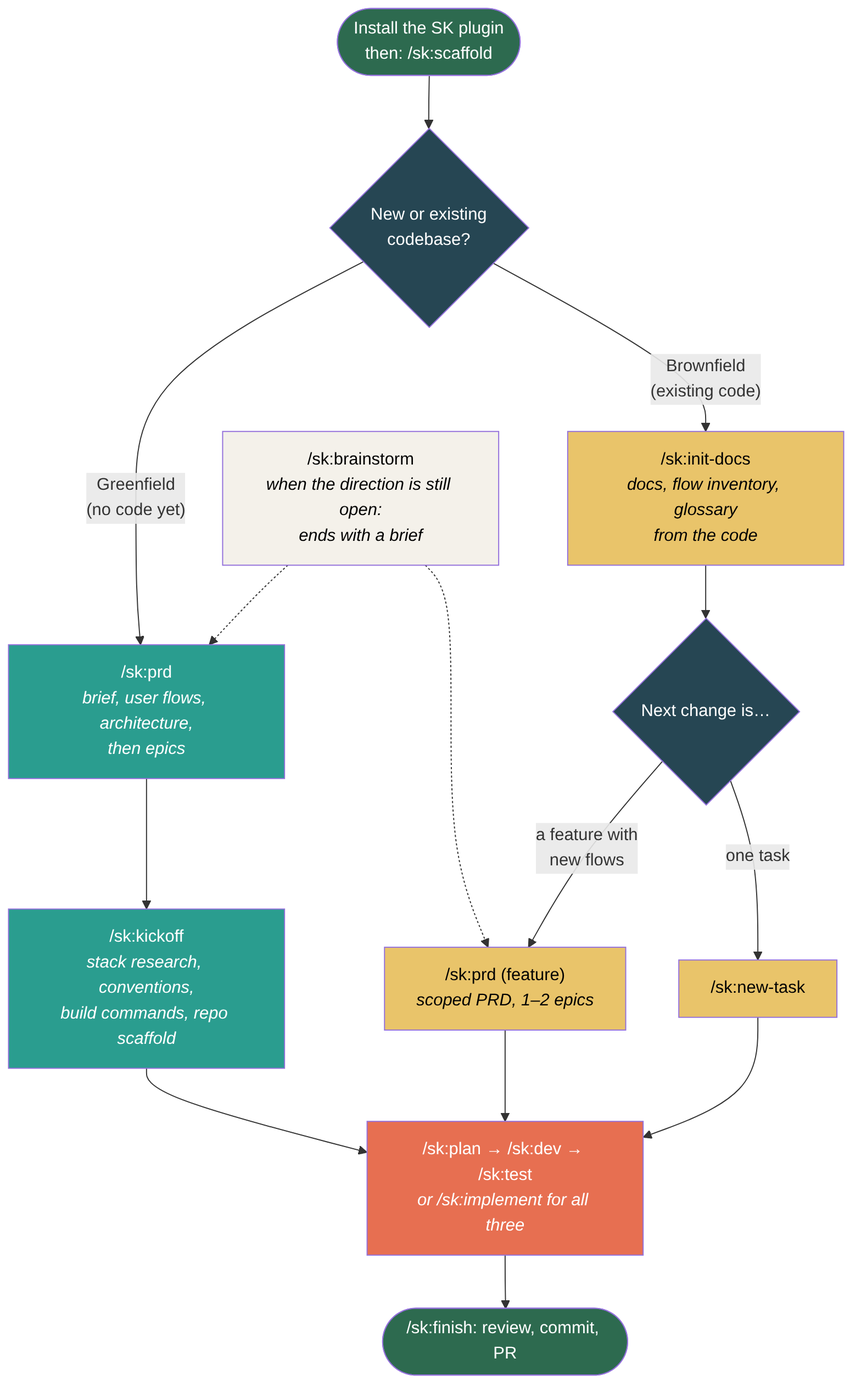
Above: assets/getting-started.png in moniav/sk (Mermaid), before the change. Its source is kept beside it as assets/src/getting-started.mmd. The source it was exported from:
```mermaid
flowchart TD
    Start(["Install the SK plugin<br/>then: /sk:scaffold"]) --> Q{"New or existing<br/>codebase?"}

    Q -->|"Greenfield<br/>(no code yet)"| GF1["/sk:prd<br/><i>brief, user flows, architecture,<br/>then epics</i>"]
    GF1 --> GF2["/sk:kickoff<br/><i>stack research, conventions,<br/>build commands, repo scaffold</i>"]
    GF2 --> Plan

    Q -->|"Brownfield<br/>(existing code)"| BF1["/sk:init-docs<br/><i>docs, flow inventory, glossary<br/>from the code</i>"]
    BF1 --> BF2{"Next change is…"}
    BF2 -->|"a feature with<br/>new flows"| BF3["/sk:prd (feature)<br/><i>scoped PRD, 1–2 epics</i>"]
    BF2 -->|"one task"| BF4["/sk:new-task"]
    BF3 --> Plan
    BF4 --> Plan

    Plan["/sk:plan → /sk:dev → /sk:test<br/><i>or /sk:implement for all three</i>"]
    Plan --> Ship(["/sk:finish: review, commit, PR"])

    BS["/sk:brainstorm<br/><i>when the direction is still open:<br/>ends with a brief</i>"] -.-> GF1
    BS -.-> BF3

    style Start fill:#2d6a4f,color:#fff
    style Ship fill:#2d6a4f,color:#fff
    style Q fill:#264653,color:#fff
    style BF2 fill:#264653,color:#fff
    style Plan fill:#e76f51,color:#fff
    style GF1 fill:#2a9d8f,color:#fff
    style GF2 fill:#2a9d8f,color:#fff
    style BF1 fill:#e9c46a,color:#000
    style BF3 fill:#e9c46a,color:#000
    style BF4 fill:#e9c46a,color:#000
    style BS fill:#f4f1ea,color:#000
```
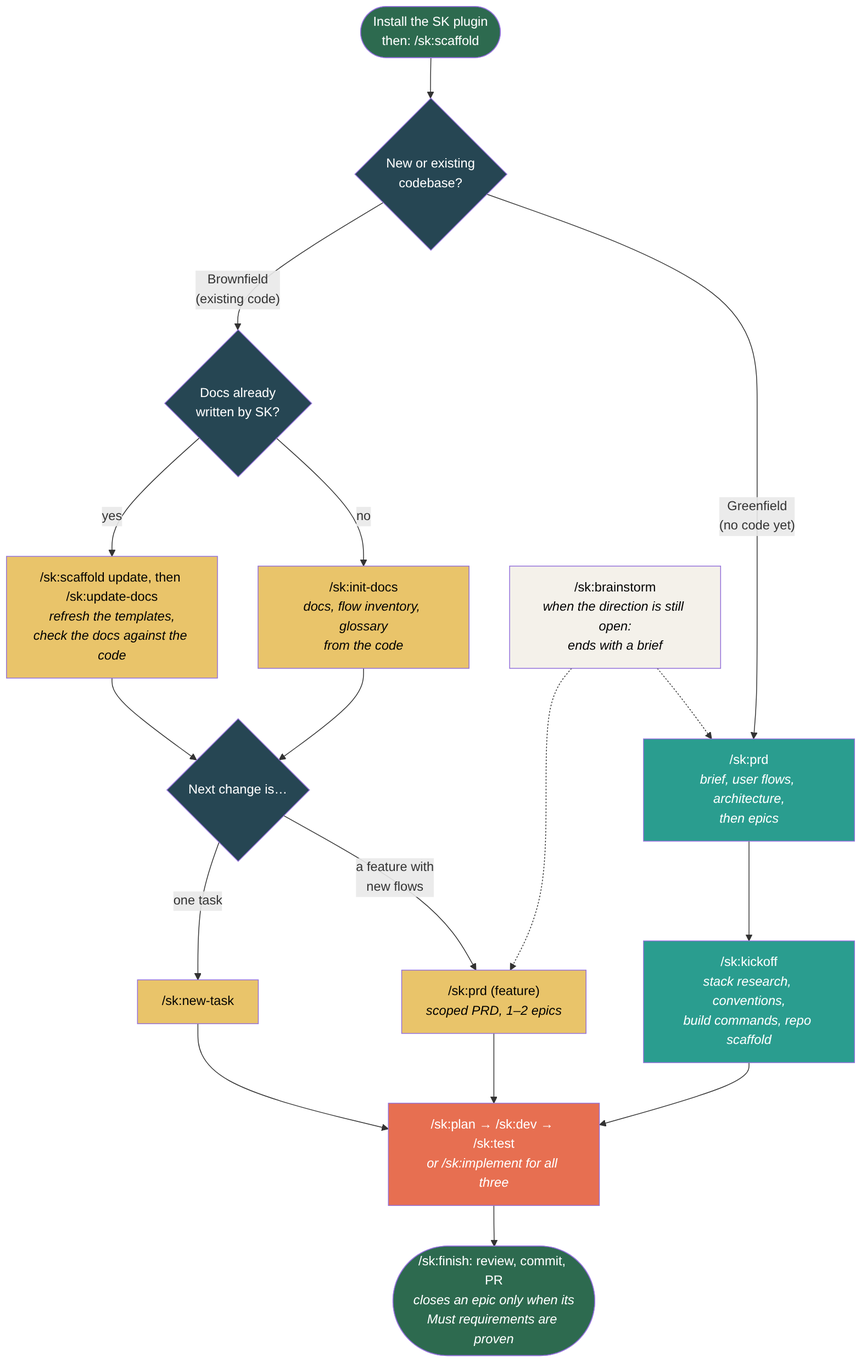
Later version of the same file.

Commit message:
docs(readme): describe 3.2.0, correct stale claims, complete the credits; refresh three diagrams

What changed in the source:
```diff
@@ -5,15 +5,18 @@
     GF1 --> GF2["/sk:kickoff<br/><i>stack research, conventions,<br/>build commands, repo scaffold</i>"]
     GF2 --> Plan
 
-    Q -->|"Brownfield<br/>(existing code)"| BF1["/sk:init-docs<br/><i>docs, flow inventory, glossary<br/>from the code</i>"]
+    Q -->|"Brownfield<br/>(existing code)"| BF0{"Docs already<br/>written by SK?"}
+    BF0 -->|"no"| BF1["/sk:init-docs<br/><i>docs, flow inventory, glossary<br/>from the code</i>"]
+    BF0 -->|"yes"| BFU["/sk:scaffold update, then /sk:update-docs<br/><i>refresh the templates,<br/>check the docs against the code</i>"]
     BF1 --> BF2{"Next change is…"}
+    BFU --> BF2
     BF2 -->|"a feature with<br/>new flows"| BF3["/sk:prd (feature)<br/><i>scoped PRD, 1–2 epics</i>"]
     BF2 -->|"one task"| BF4["/sk:new-task"]
     BF3 --> Plan
     BF4 --> Plan
 
     Plan["/sk:plan → /sk:dev → /sk:test<br/><i>or /sk:implement for all three</i>"]
-    Plan --> Ship(["/sk:finish: review, commit, PR"])
+    Plan --> Ship(["/sk:finish: review, commit, PR<br/><i>closes an epic only when its<br/>Must requirements are proven</i>"])
 
     BS["/sk:brainstorm<br/><i>when the direction is still open:<br/>ends with a brief</i>"] -.-> GF1
     BS -.-> BF3
@@ -22,6 +25,8 @@
     style Ship fill:#2d6a4f,color:#fff
     style Q fill:#264653,color:#fff
     style BF2 fill:#264653,color:#fff
+    style BF0 fill:#264653,color:#fff
+    style BFU fill:#e9c46a,color:#000
     style Plan fill:#e76f51,color:#fff
     style GF1 fill:#2a9d8f,color:#fff
     style GF2 fill:#2a9d8f,color:#fff
```
